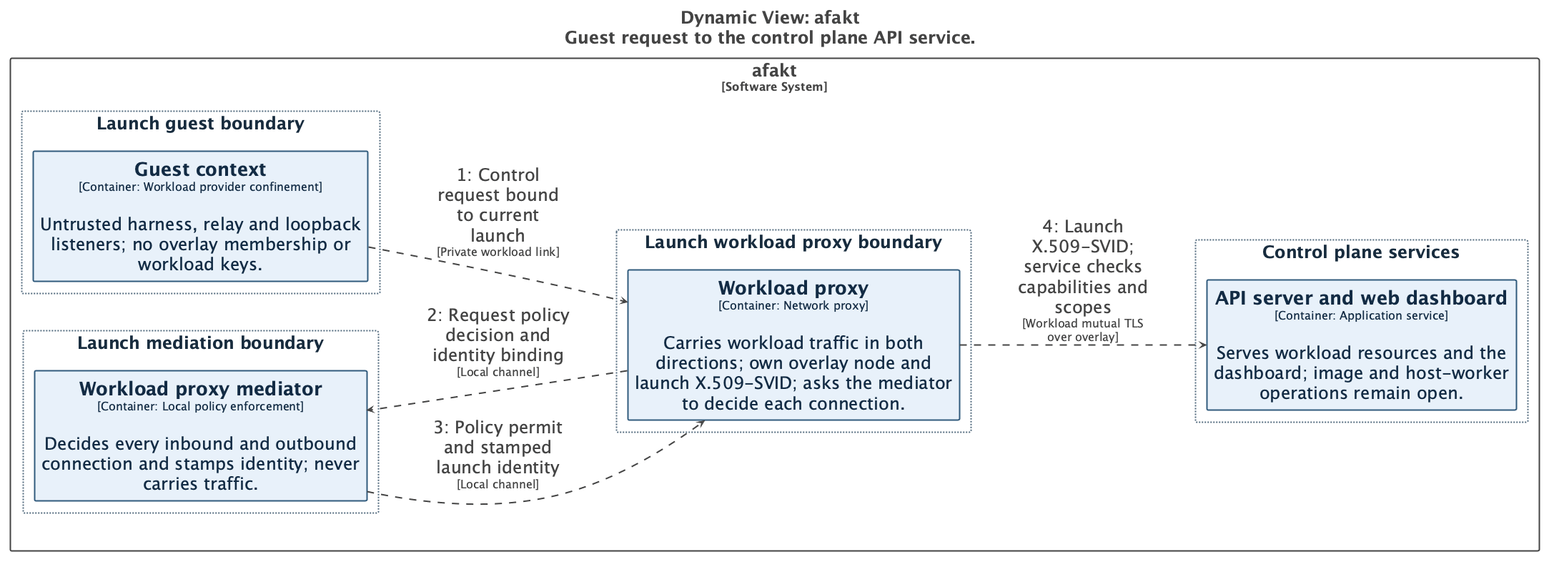
The PlantUML diagram docs/diagrams/structurizr-network-flow-control.png in tbhb-dev/afakt, before a commit. Its source is kept beside it as docs/diagrams/structurizr-network-flow-control.puml.
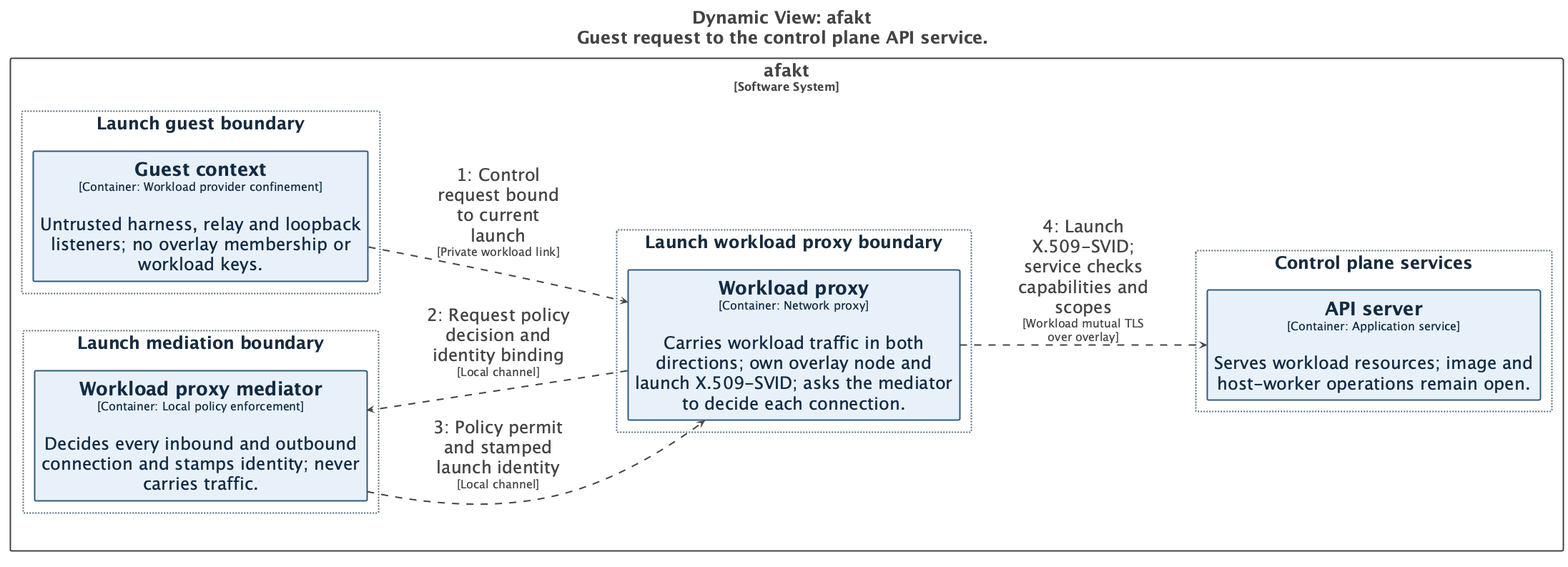
The same diagram one commit later.

What changed in the source:
```diff
@@ -96,19 +96,19 @@
 </style>
 
 rectangle "afakt\n<size:16>[Software System]</size>" <<Boundary-YWZha3Q=>> {
-  rectangle "Control plane services" <<Group-Q29udHJvbCBwbGFuZSBzZXJ2aWNlcw==>> as group6 {
-    rectangle "==API server and web dashboard\n<size:16>[Container: Application service]</size>\n\nServes workload resources and the dashboard; image and host-worker operations remain open." <<Element-RWxlbWVudCxUb3BvbG9neQ==>> as afakt.APIserverandwebdashboard
+  rectangle "Control plane services" <<Group-Q29udHJvbCBwbGFuZSBzZXJ2aWNlcw==>> as group7 {
+    rectangle "==API server\n<size:16>[Container: Application service]</size>\n\nServes workload resources; image and host-worker operations remain open." <<Element-RWxlbWVudCxUb3BvbG9neQ==>> as afakt.APIserver
   }
 
-  rectangle "Launch guest boundary" <<Group-TGF1bmNoIGd1ZXN0IGJvdW5kYXJ5>> as group7 {
+  rectangle "Launch guest boundary" <<Group-TGF1bmNoIGd1ZXN0IGJvdW5kYXJ5>> as group8 {
     rectangle "==Guest context\n<size:16>[Container: Workload provider confinement]</size>\n\nUntrusted harness, relay and loopback listeners; no overlay membership or workload keys." <<Element-RWxlbWVudCxUb3BvbG9neQ==>> as afakt.Guestcontext
   }
 
-  rectangle "Launch mediation boundary" <<Group-TGF1bmNoIG1lZGlhdGlvbiBib3VuZGFyeQ==>> as group8 {
+  rectangle "Launch mediation boundary" <<Group-TGF1bmNoIG1lZGlhdGlvbiBib3VuZGFyeQ==>> as group9 {
     rectangle "==Workload proxy mediator\n<size:16>[Container: Local policy enforcement]</size>\n\nDecides every inbound and outbound connection and stamps identity; never carries traffic." <<Element-RWxlbWVudCxUb3BvbG9neQ==>> as afakt.Workloadproxymediator
   }
 
-  rectangle "Launch workload proxy boundary" <<Group-TGF1bmNoIHdvcmtsb2FkIHByb3h5IGJvdW5kYXJ5>> as group9 {
+  rectangle "Launch workload proxy boundary" <<Group-TGF1bmNoIHdvcmtsb2FkIHByb3h5IGJvdW5kYXJ5>> as group10 {
     rectangle "==Workload proxy\n<size:16>[Container: Network proxy]</size>\n\nCarries workload traffic in both directions; own overlay node and launch X.509-SVID; asks the mediator to decide each connection." <<Element-RWxlbWVudCxUb3BvbG9neQ==>> as afakt.Workloadproxy
   }
 
@@ -117,6 +117,6 @@
 afakt.Guestcontext --> afakt.Workloadproxy <<Relationship-UmVsYXRpb25zaGlw>> : "1: Control request bound to current launch\n<size:16>[Private workload link]</size>"
 afakt.Workloadproxy --> afakt.Workloadproxymediator <<Relationship-UmVsYXRpb25zaGlw>> : "2: Request policy decision and identity binding\n<size:16>[Local channel]</size>"
 afakt.Workloadproxymediator --> afakt.Workloadproxy <<Relationship-UmVsYXRpb25zaGlw>> : "3: Policy permit and stamped launch identity\n<size:16>[Local channel]</size>"
-afakt.Workloadproxy --> afakt.APIserverandwebdashboard <<Relationship-UmVsYXRpb25zaGlw>> : "4: Launch X.509-SVID; service checks capabilities and scopes\n<size:16>[Workload mutual TLS over overlay]</size>"
+afakt.Workloadproxy --> afakt.APIserver <<Relationship-UmVsYXRpb25zaGlw>> : "4: Launch X.509-SVID; service checks capabilities and scopes\n<size:16>[Workload mutual TLS over overlay]</size>"
 
 @enduml
```
